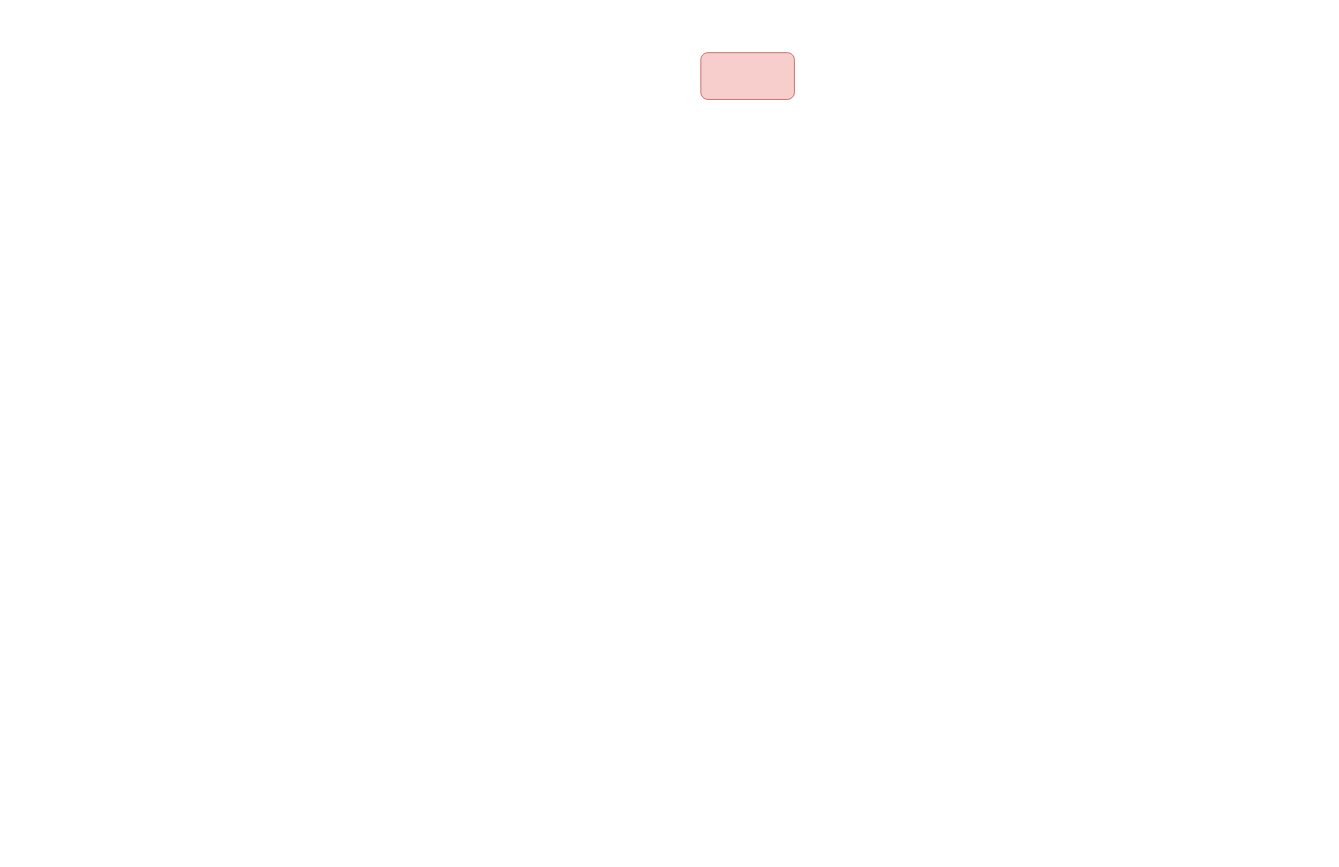
NotNotQuinn/diagrams keeps this draw.io diagram as University Prereqs.drawio. Above is the earlier version. Source tidied: cells renumbered, new cells numbered last; positions are measured from the earlier drawing's top-left corner, leaving out a move shared by most shapes. Both pictures are drawn from the tidied source at 78%, with x=0, y=0 at pixel (700, 52).
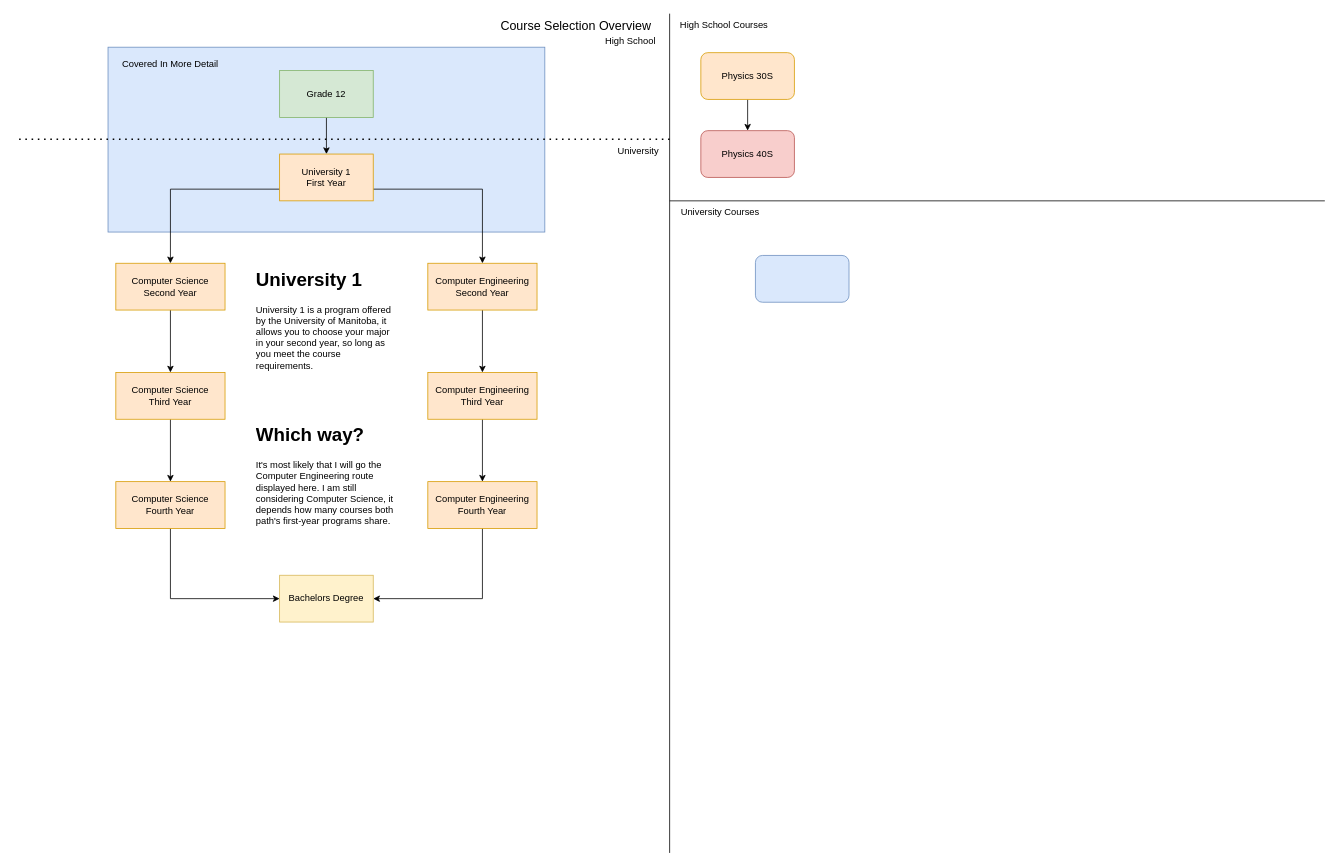
The same page after the edit.

Change to the diagram source:
```diff
@@
+    <mxCell id="3" style="group;" parent="1" vertex="1">
+      <mxGeometry x="-760" y="-7" width="560" height="237" as="geometry" />
+    </mxCell>
+    <mxCell id="4" style="rounded=0;whiteSpace=wrap;html=1;fontSize=12;fillColor=#dae8fc;strokeColor=#6c8ebf;align=left;" parent="3" vertex="1">
+      <mxGeometry width="560" height="237" as="geometry" />
+    </mxCell>
+    <mxCell id="5" value="Covered In More Detail" style="text;html=1;strokeColor=none;fillColor=none;align=center;verticalAlign=middle;whiteSpace=wrap;rounded=0;fontSize=12;" parent="3" vertex="1">
+      <mxGeometry x="10" y="7" width="140" height="30" as="geometry" />
+    </mxCell>
+    <mxCell id="6" style="edgeStyle=orthogonalEdgeStyle;rounded=0;jettySize=auto;html=1;exitX=0.5;exitY=1;exitDx=0;exitDy=0;entryX=0.5;entryY=0;entryDx=0;entryDy=0;fontSize=12;" parent="1" edge="1" source="2" target="7">
+      <mxGeometry relative="1" as="geometry" />
+    </mxCell>
-    <mxCell id="2" style="rounded=1;whiteSpace=wrap;html=1;fillColor=#f8cecc;strokeColor=#b85450;" parent="1" vertex="1">
+    <mxCell id="2" value="Physics 30S" style="rounded=1;whiteSpace=wrap;html=1;fillColor=#ffe6cc;strokeColor=#d79b00;" parent="1" vertex="1">
       <mxGeometry width="120" height="60" as="geometry" />
     </mxCell>
+    <mxCell id="7" value="Physics 40S" style="rounded=1;whiteSpace=wrap;html=1;fillColor=#f8cecc;strokeColor=#b85450;" parent="1" vertex="1">
+      <mxGeometry y="100" width="120" height="60" as="geometry" />
+    </mxCell>
+    <mxCell id="8" style="rounded=1;whiteSpace=wrap;html=1;fillColor=#dae8fc;strokeColor=#6c8ebf;" parent="1" vertex="1">
+      <mxGeometry x="70" y="260" width="120" height="60" as="geometry" />
+    </mxCell>
+    <mxCell id="9" value="High School Courses" style="text;html=1;strokeColor=none;fillColor=none;align=center;verticalAlign=middle;whiteSpace=wrap;rounded=0;" parent="1" vertex="1">
+      <mxGeometry x="-40" y="-50" width="140" height="30" as="geometry" />
+    </mxCell>
+    <mxCell id="10" value="University Courses" style="text;html=1;strokeColor=none;fillColor=none;align=center;verticalAlign=middle;whiteSpace=wrap;rounded=0;" parent="1" vertex="1">
+      <mxGeometry x="-40" y="190" width="130" height="30" as="geometry" />
+    </mxCell>
+    <mxCell id="11" style="endArrow=none;html=1;rounded=0;" parent="1" edge="1">
+      <mxGeometry relative="1" as="geometry">
+        <mxPoint x="-40" y="190" as="sourcePoint" />
+        <mxPoint x="800" y="190" as="targetPoint" />
+      </mxGeometry>
+    </mxCell>
+    <mxCell id="12" style="endArrow=none;html=1;rounded=0;" parent="1" edge="1">
+      <mxGeometry relative="1" as="geometry">
+        <mxPoint x="-40" y="1026" as="sourcePoint" />
+        <mxPoint x="-40" y="-50" as="targetPoint" />
+      </mxGeometry>
+    </mxCell>
+    <mxCell id="13" value="&lt;div style=&quot;font-size: 16px;&quot;&gt;&lt;font style=&quot;font-size: 16px;&quot;&gt;Course Selection Overview&lt;/font&gt;&lt;/div&gt;" style="text;html=1;strokeColor=none;fillColor=none;align=center;verticalAlign=middle;whiteSpace=wrap;rounded=0;" parent="1" vertex="1">
+      <mxGeometry x="-280" y="-50" width="240" height="30" as="geometry" />
+    </mxCell>
+    <mxCell id="14" style="edgeStyle=orthogonalEdgeStyle;rounded=0;jettySize=auto;html=1;exitX=0.5;exitY=1;exitDx=0;exitDy=0;fontSize=12;entryX=0.5;entryY=0;entryDx=0;entryDy=0;" parent="1" edge="1" source="15" target="36">
+      <mxGeometry relative="1" as="geometry" />
+    </mxCell>
+    <mxCell id="15" value="&lt;div&gt;Grade 12&lt;/div&gt;" style="rounded=0;whiteSpace=wrap;html=1;fillColor=#d5e8d4;strokeColor=#82b366;" parent="1" vertex="1">
+      <mxGeometry x="-540" y="23" width="120" height="60" as="geometry" />
+    </mxCell>
+    <mxCell id="16" style="edgeStyle=orthogonalEdgeStyle;rounded=0;jettySize=auto;html=1;fontSize=12;" parent="1" edge="1" source="17" target="26">
+      <mxGeometry relative="1" as="geometry" />
+    </mxCell>
+    <mxCell id="17" value="&lt;div&gt;Computer Science&lt;/div&gt;&lt;div&gt;Second Year&lt;br&gt;&lt;/div&gt;" style="rounded=0;whiteSpace=wrap;html=1;fillColor=#ffe6cc;strokeColor=#d79b00;" parent="1" vertex="1">
+      <mxGeometry x="-750" y="270" width="140" height="60" as="geometry" />
+    </mxCell>
+    <mxCell id="18" style="edgeStyle=orthogonalEdgeStyle;rounded=0;jettySize=auto;html=1;fontSize=12;" parent="1" edge="1" source="19" target="30">
+      <mxGeometry relative="1" as="geometry" />
+    </mxCell>
+    <mxCell id="19" value="&lt;div&gt;Computer Engineering&lt;/div&gt;&lt;div&gt;Second Year&lt;br&gt;&lt;/div&gt;" style="rounded=0;whiteSpace=wrap;html=1;fillColor=#ffe6cc;strokeColor=#d79b00;" parent="1" vertex="1">
+      <mxGeometry x="-350" y="270" width="140" height="60" as="geometry" />
+    </mxCell>
+    <mxCell id="20" style="endArrow=none;dashed=1;html=1;dashPattern=1 3;strokeWidth=2;rounded=0;" parent="1" edge="1">
+      <mxGeometry relative="1" as="geometry">
+        <mxPoint x="-40" y="111" as="sourcePoint" />
+        <mxPoint x="-880" y="111" as="targetPoint" />
+      </mxGeometry>
+    </mxCell>
+    <mxCell id="21" value="University" style="text;html=1;strokeColor=none;fillColor=none;align=center;verticalAlign=middle;whiteSpace=wrap;rounded=0;" parent="1" vertex="1">
+      <mxGeometry x="-120" y="111" width="80" height="30" as="geometry" />
+    </mxCell>
+    <mxCell id="22" value="High School" style="text;html=1;strokeColor=none;fillColor=none;align=center;verticalAlign=middle;whiteSpace=wrap;rounded=0;fontSize=12;" parent="1" vertex="1">
+      <mxGeometry x="-140" y="-30" width="100" height="30" as="geometry" />
+    </mxCell>
+    <mxCell id="23" style="edgeStyle=orthogonalEdgeStyle;rounded=0;jettySize=auto;html=1;fontSize=12;exitX=0;exitY=0.75;exitDx=0;exitDy=0;" parent="1" edge="1" source="36" target="17">
+      <mxGeometry relative="1" as="geometry" />
+    </mxCell>
+    <mxCell id="24" style="edgeStyle=orthogonalEdgeStyle;rounded=0;jettySize=auto;html=1;entryX=0.5;entryY=0;entryDx=0;entryDy=0;fontSize=12;exitX=1;exitY=0.75;exitDx=0;exitDy=0;" parent="1" edge="1" source="36" target="19">
+      <mxGeometry relative="1" as="geometry" />
+    </mxCell>
+    <mxCell id="25" style="edgeStyle=orthogonalEdgeStyle;rounded=0;jettySize=auto;html=1;fontSize=12;" parent="1" edge="1" source="26" target="28">
+      <mxGeometry relative="1" as="geometry" />
+    </mxCell>
+    <mxCell id="26" value="&lt;div&gt;Computer Science&lt;/div&gt;&lt;div&gt;Third Year&lt;/div&gt;" style="whiteSpace=wrap;html=1;fillColor=#ffe6cc;strokeColor=#d79b00;rounded=0;" parent="1" vertex="1">
+      <mxGeometry x="-750" y="410" width="140" height="60" as="geometry" />
+    </mxCell>
+    <mxCell id="27" style="edgeStyle=orthogonalEdgeStyle;rounded=0;jettySize=auto;html=1;exitX=0.5;exitY=1;exitDx=0;exitDy=0;entryX=0;entryY=0.5;entryDx=0;entryDy=0;fontSize=12;" parent="1" edge="1" source="28" target="35">
+      <mxGeometry relative="1" as="geometry" />
+    </mxCell>
+    <mxCell id="28" value="&lt;div&gt;Computer Science&lt;/div&gt;&lt;div&gt;Fourth Year&lt;br&gt;&lt;/div&gt;" style="whiteSpace=wrap;html=1;fillColor=#ffe6cc;strokeColor=#d79b00;rounded=0;" parent="1" vertex="1">
+      <mxGeometry x="-750" y="550" width="140" height="60" as="geometry" />
+    </mxCell>
+    <mxCell id="29" style="edgeStyle=orthogonalEdgeStyle;rounded=0;jettySize=auto;html=1;fontSize=12;entryX=0.5;entryY=0;entryDx=0;entryDy=0;" parent="1" edge="1" source="30" target="34">
+      <mxGeometry relative="1" as="geometry" />
+    </mxCell>
+    <mxCell id="30" value="Computer Engineering&lt;br&gt;&lt;div&gt;Third Year&lt;/div&gt;" style="whiteSpace=wrap;html=1;fillColor=#ffe6cc;strokeColor=#d79b00;rounded=0;fontStyle=0;" parent="1" vertex="1">
+      <mxGeometry x="-350" y="410" width="140" height="60" as="geometry" />
+    </mxCell>
+    <mxCell id="31" value="&lt;h1&gt;University 1&lt;br&gt;&lt;/h1&gt;&lt;p&gt;University 1 is a program offered by the University of Manitoba, it allows you to choose your major in your second year, so long as you meet the course requirements.&lt;br&gt;&lt;/p&gt;" style="text;html=1;strokeColor=none;fillColor=none;spacing=5;spacingTop=-20;whiteSpace=wrap;overflow=hidden;rounded=0;fontSize=12;align=left;horizontal=1;verticalAlign=middle;" parent="1" vertex="1">
+      <mxGeometry x="-575" y="276" width="190" height="150" as="geometry" />
+    </mxCell>
+    <mxCell id="32" value="&lt;h1&gt;Which way?&lt;br&gt;&lt;/h1&gt;&lt;p&gt;It's most likely that I will go the Computer Engineering route displayed here. I am still considering Computer Science, it depends how many courses both path's first-year programs share.&lt;br&gt;&lt;/p&gt;" style="text;html=1;strokeColor=none;fillColor=none;spacing=5;spacingTop=-20;whiteSpace=wrap;overflow=hidden;rounded=0;fontSize=12;" parent="1" vertex="1">
+      <mxGeometry x="-575" y="471" width="190" height="160" as="geometry" />
+    </mxCell>
+    <mxCell id="33" style="edgeStyle=orthogonalEdgeStyle;rounded=0;jettySize=auto;html=1;exitX=0.5;exitY=1;exitDx=0;exitDy=0;entryX=1;entryY=0.5;entryDx=0;entryDy=0;fontSize=12;" parent="1" edge="1" source="34" target="35">
+      <mxGeometry relative="1" as="geometry" />
+    </mxCell>
+    <mxCell id="34" value="Computer Engineering&lt;br&gt;&lt;div&gt;Fourth Year&lt;/div&gt;" style="whiteSpace=wrap;html=1;fillColor=#ffe6cc;strokeColor=#d79b00;rounded=0;fontStyle=0;" parent="1" vertex="1">
+      <mxGeometry x="-350" y="550" width="140" height="60" as="geometry" />
+    </mxCell>
+    <mxCell id="35" value="Bachelors Degree" style="whiteSpace=wrap;html=1;fillColor=#fff2cc;strokeColor=#d6b656;rounded=0;fontStyle=0;" parent="1" vertex="1">
+      <mxGeometry x="-540" y="670" width="120" height="60" as="geometry" />
+    </mxCell>
+    <mxCell id="36" value="&lt;div&gt;University 1&lt;/div&gt;&lt;div&gt;First Year&lt;br&gt;&lt;/div&gt;" style="rounded=0;whiteSpace=wrap;html=1;fontSize=12;fillColor=#ffe6cc;strokeColor=#d79b00;" parent="1" vertex="1">
+      <mxGeometry x="-540" y="130" width="120" height="60" as="geometry" />
+    </mxCell>
```
